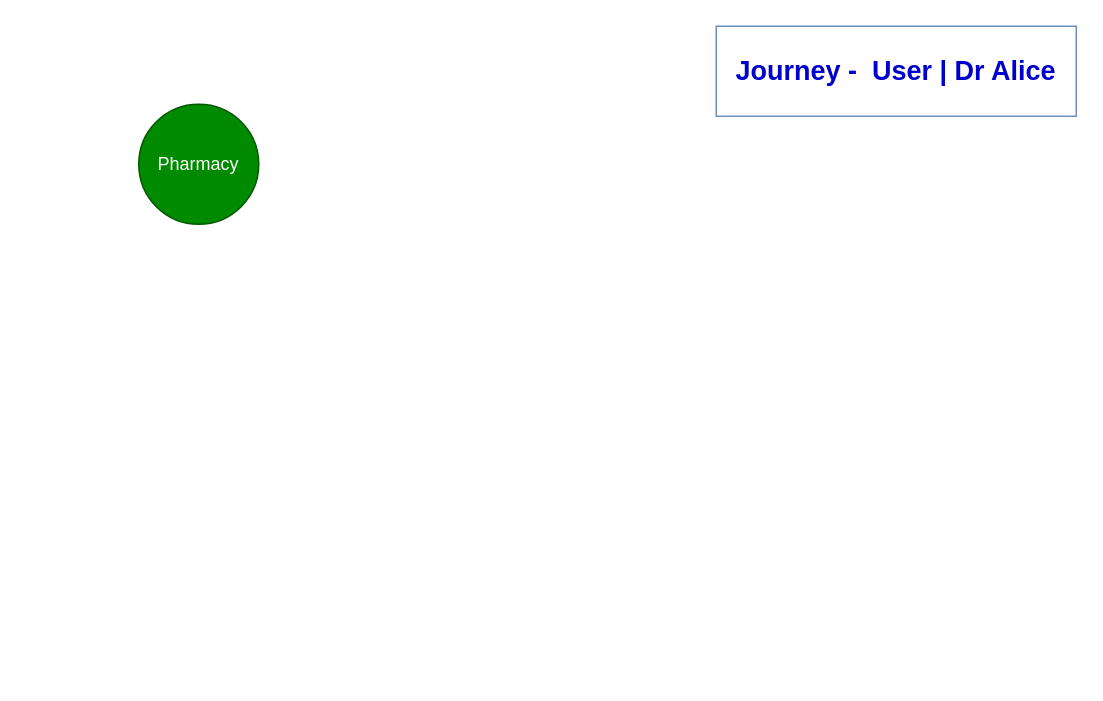
dabiko/draw-io keeps this draw.io diagram as User  Dr Alice Journey.drawio. Above is the earlier version. Source tidied: cells renumbered, new cells numbered last; positions are measured from the earlier drawing's top-left corner, leaving out a move shared by most shapes. Both pictures are drawn from the tidied source at 150%, with x=0, y=0 at pixel (138, 26).
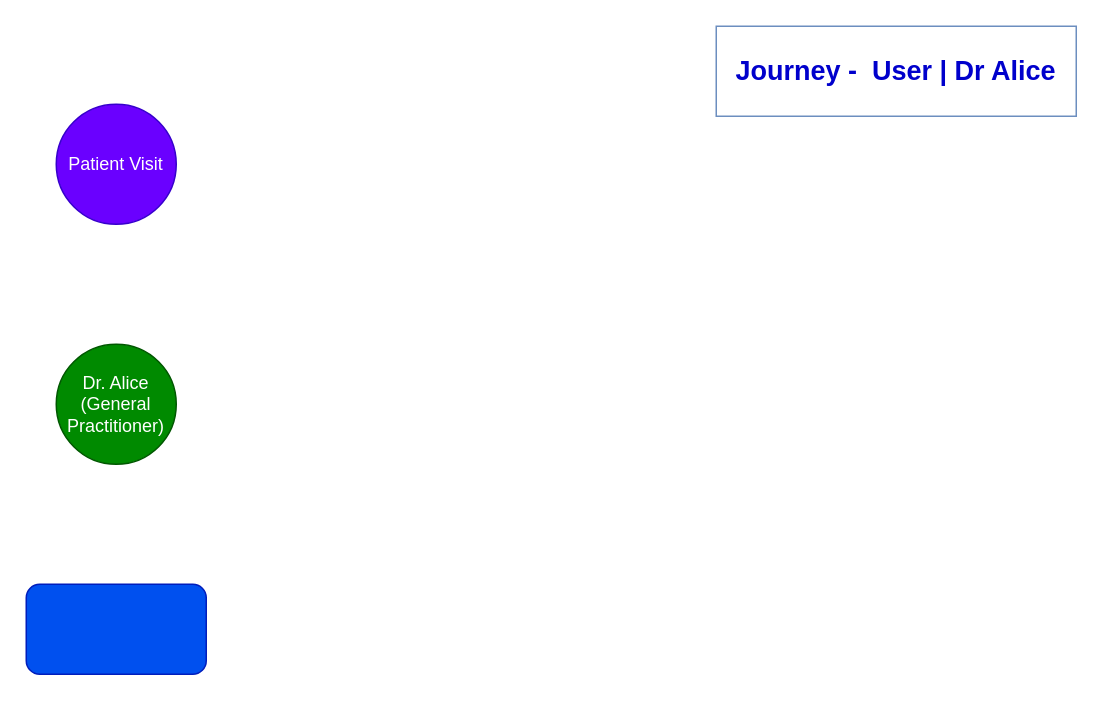
After the change.

The edit, as a diff of the source:
```diff
@@
 <mxGraphModel>
   <root>
     <mxCell id="0" />
     <mxCell id="1" parent="0" />
     <mxCell id="2" value="&lt;b&gt;&lt;font style=&quot;font-size: 18px;&quot; color=&quot;#0000cc&quot;&gt;Journey -&amp;nbsp; User | Dr Alice&lt;/font&gt;&lt;/b&gt;" style="text;html=1;align=center;verticalAlign=middle;whiteSpace=wrap;rounded=0;fillColor=none;strokeColor=#6c8ebf;" parent="1" vertex="1">
       <mxGeometry x="385" width="240" height="60" as="geometry" />
     </mxCell>
-    <mxCell id="3" value="Pharmacy" style="ellipse;whiteSpace=wrap;html=1;fillColor=#008a00;strokeColor=#005700;fontColor=#ffffff;" parent="1" vertex="1">
-      <mxGeometry y="52" width="80" height="80" as="geometry" />
+    <mxCell id="3" value="&lt;div style=&quot;&quot;&gt;&lt;span style=&quot;background-color: initial;&quot;&gt;Dr. Alice (General Practitioner)&lt;/span&gt;&lt;/div&gt;" style="ellipse;whiteSpace=wrap;html=1;fillColor=#008a00;strokeColor=#005700;fontColor=#ffffff;align=center;" parent="1" vertex="1">
+      <mxGeometry x="-55" y="212" width="80" height="80" as="geometry" />
     </mxCell>
+    <mxCell id="4" value="Patient Visit" style="ellipse;whiteSpace=wrap;html=1;fillColor=#6a00ff;strokeColor=#3700CC;fontColor=#ffffff;" parent="1" vertex="1">
+      <mxGeometry x="-55" y="52" width="80" height="80" as="geometry" />
+    </mxCell>
+    <mxCell id="5" style="rounded=1;whiteSpace=wrap;html=1;fillColor=#0050ef;fontColor=#ffffff;strokeColor=#001DBC;" parent="1" vertex="1">
+      <mxGeometry x="-75" y="372" width="120" height="60" as="geometry" />
+    </mxCell>
   </root>
 </mxGraphModel>
```
